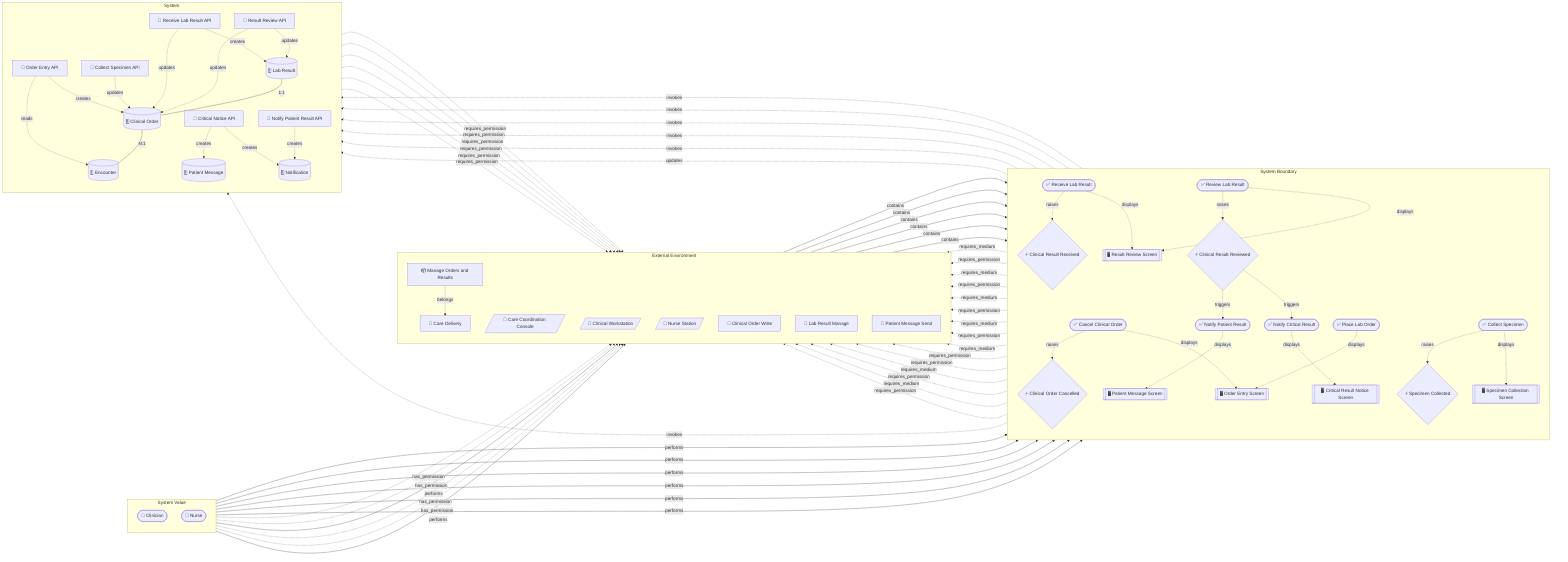
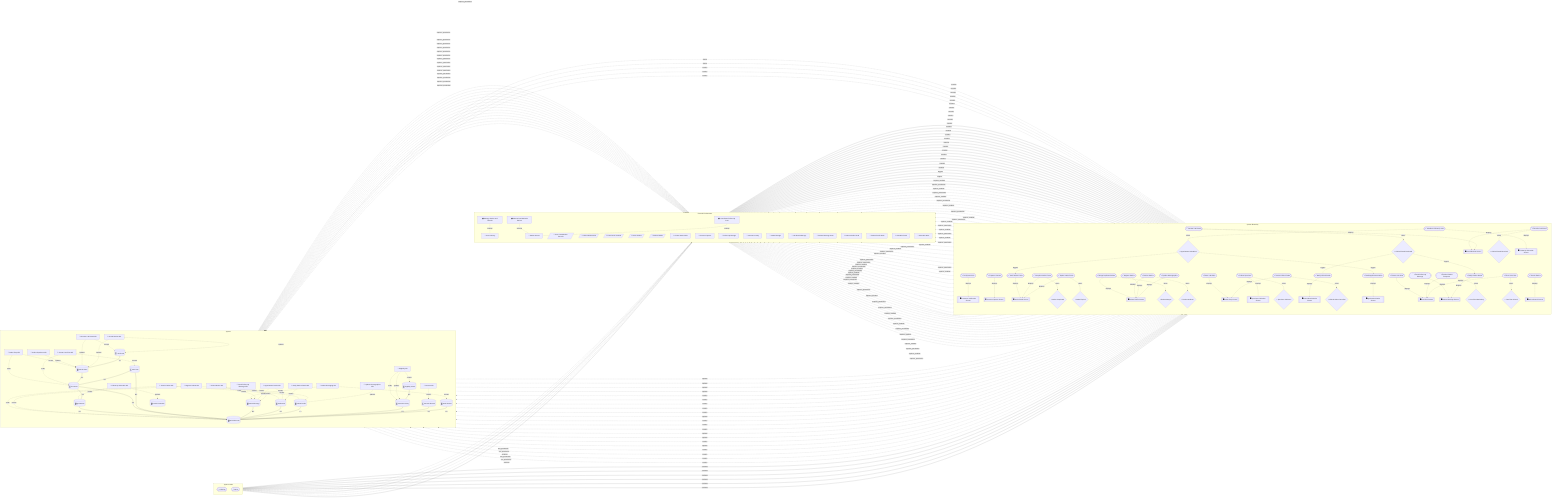
flowchart LR
  subgraph layer_value[System Value]
    direction TB
    Clinician(["👤 Clinician"])
    Nurse(["👤 Nurse"])
  end
  subgraph layer_environment[External Environment]
    direction TB
    CareDelivery["💼 Care Delivery"]
+     PatientAccess["💼 Patient Access"]
+     BucFollowupCare["📦 Coordinate Follow-Up Care"]
    BucOrdersResults["📦 Manage Orders and Results"]
+     BucPatientOnboarding["📦 Onboard and Maintain Patient"]
    CareCoordinationConsole[/"📱 Care Coordination Console"/]
    ClinicalWorkstation[/"📱 Clinical Workstation"/]
+     FrontDeskTerminal[/"📱 Front Desk Terminal"/]
    NurseStation[/"📱 Nurse Station"/]
+     PatientMobile[/"📱 Patient Mobile"/]
    ClinicalOrderWrite["🔑 Clinical Order Write"]
+     ConsentCapture["🔑 Consent Capture"]
+     FollowUpManage["🔑 Follow-Up Manage"]
+     InsuranceVerify["🔑 Insurance Verify"]
+     IntakeManage["🔑 Intake Manage"]
    LabResultManage["🔑 Lab Result Manage"]
    PatientMessageSend["🔑 Patient Message Send"]
+     PatientProfileRead["🔑 Patient Profile Read"]
+     PatientProfileWrite["🔑 Patient Profile Write"]
+     ScheduleRead["🔑 Schedule Read"]
+     ScheduleWrite["🔑 Schedule Write"]
  end
  subgraph layer_boundary[System Boundary]
    direction TB
+     ArchivePatient(["✅ Archive Patient"])
    CancelClinicalOrder(["✅ Cancel Clinical Order"])
+     CaptureConsent(["✅ Capture Consent"])
+     CloseCarePlan(["✅ Close Care Plan"])
    CollectSpecimen(["✅ Collect Specimen"])
+     CompleteIntakeForms(["✅ Complete Intake Forms"])
+     CreateCarePlan(["✅ Create Care Plan"])
+     ExpireIntakeForms(["✅ Expire Intake Forms"])
+     MergeDuplicatePatient(["✅ Merge Duplicate Patient"])
    NotifyCriticalResult(["✅ Notify Critical Result"])
    NotifyPatientResult(["✅ Notify Patient Result"])
    PlaceLabOrder(["✅ Place Lab Order"])
    ReceiveLabResult(["✅ Receive Lab Result"])
+     RegisterPatient(["✅ Register Patient"])
    ReviewLabResult(["✅ Review Lab Result"])
+     ReviewPatientResponse(["✅ Review Patient Response"])
+     ScheduleFollowUpVisit(["✅ Schedule Follow-Up Visit"])
+     SearchPatient(["✅ Search Patient"])
+     SendAppointmentNotice(["✅ Send Appointment Notice"])
+     SendFollowUpMessage(["✅ Send Follow-Up Message"])
+     SendIntakeForms(["✅ Send Intake Forms"])
+     UpdateDemographics(["✅ Update Demographics"])
+     VerifyInsurance(["✅ Verify Insurance"])
+     AppointmentNoticeScreen[["🖥️ Appointment Notice Screen"]]
+     CarePlanScreen[["🖥️ Care Plan Screen"]]
+     ConsentScreen[["🖥️ Consent Capture Screen"]]
    CriticalNoticeScreen[["🖥️ Critical Result Notice Screen"]]
+     FollowUpScheduleScreen[["🖥️ Follow-Up Schedule Screen"]]
+     InsuranceScreen[["🖥️ Insurance Verification Screen"]]
+     IntakePortalScreen[["🖥️ Intake Portal Screen"]]
    OrderEntryScreen[["🖥️ Order Entry Screen"]]
    PatientMessageScreen[["🖥️ Patient Message Screen"]]
+     PatientProfileScreen[["🖥️ Patient Profile Screen"]]
+     PatientSearchScreen[["🖥️ Patient Search Screen"]]
    ResultReviewScreen[["🖥️ Result Review Screen"]]
    SpecimenScreen[["🖥️ Specimen Collection Screen"]]
+     EvAppointmentScheduled{"⚡ Appointment Scheduled"}
+     EvCarePlanClosed{"⚡ Care Plan Closed"}
+     EvCarePlanMonitoring{"⚡ Care Plan Monitoring"}
    EvClinicalOrderCancelled{"⚡ Clinical Order Cancelled"}
    EvClinicalOrderCollected{"⚡ Specimen Collected"}
    EvClinicalOrderResulted{"⚡ Clinical Result Received"}
    EvClinicalOrderReviewed{"⚡ Clinical Result Reviewed"}
+     EvIntakeCompleted{"⚡ Intake Completed"}
+     EvIntakeExpired{"⚡ Intake Expired"}
+     EvPatientArchived{"⚡ Patient Archived"}
+     EvPatientMerged{"⚡ Patient Merged"}
  end
  subgraph layer_system[System]
    direction TB
+     AppointmentNoticeApi["🔌 Appointment Notice API"]
    CollectSpecimenApi["🔌 Collect Specimen API"]
+     ConsentApi["🔌 Consent API"]
+     CreateCarePlanApi["🔌 Create Care Plan API"]
    CriticalNoticeApi["🔌 Critical Notice API"]
+     EligibilityApi["🔌 Eligibility API"]
+     FollowUpScheduleApi["🔌 Follow-Up Schedule API"]
+     IntakeMessagingApi["🔌 Intake Messaging API"]
    NotifyPatientResultApi["🔌 Notify Patient Result API"]
    OrderEntryApi["🔌 Order Entry API"]
    ReceiveLabResultApi["🔌 Receive Lab Result API"]
+     RegisterPatientApi["🔌 Register Patient API"]
    ResultReviewApi["🔌 Result Review API"]
+     SearchPatientApi["🔌 Search Patient API"]
+     SendFollowUpMessageApi["🔌 Send Follow-Up Message API"]
+     UpdateDemographicsApi["🔌 Update Demographics API"]
+     Appointment[("🗄️ Appointment")]
+     CarePlan[("🗄️ Care Plan")]
    ClinicalOrder[("🗄️ Clinical Order")]
+     ConsentRecord[("🗄️ Consent Record")]
+     EligibilityCheck[("🗄️ Eligibility Check")]
    Encounter[("🗄️ Encounter")]
+     InsurancePolicy[("🗄️ Insurance Policy")]
+     IntakePacket[("🗄️ Intake Packet")]
    LabResult[("🗄️ Lab Result")]
    Notification[("🗄️ Notification")]
+     PatientAccount[("🗄️ Patient Account")]
    PatientMessage[("🗄️ Patient Message")]
+     PatientProfile[("🗄️ Patient Profile")]
+     ProviderSchedule[("🗄️ Provider Schedule")]
  end
  Nurse -.->|has_permission| ClinicalOrderWrite
  Nurse -.->|has_permission| LabResultManage
  Nurse -->|performs| BucOrdersResults
  Nurse -->|performs| CollectSpecimen
  Nurse -->|performs| ReceiveLabResult
  Clinician -.->|has_permission| ClinicalOrderWrite
  Clinician -.->|has_permission| LabResultManage
  Clinician -->|performs| BucOrdersResults
  Clinician -->|performs| PlaceLabOrder
  Clinician -->|performs| ReviewLabResult
  Clinician -->|performs| NotifyCriticalResult
  Clinician -->|performs| CancelClinicalOrder
+   ConsentApi -.->|creates| ConsentRecord
+   ConsentApi -.->|requires_permission| ConsentCapture
+   IntakeMessagingApi -.->|creates| PatientMessage
+   IntakeMessagingApi -.->|creates| IntakePacket
+   IntakeMessagingApi -.->|requires_permission| PatientMessageSend
  OrderEntryApi -.->|creates| ClinicalOrder
  OrderEntryApi -.->|reads| Encounter
  OrderEntryApi -.->|requires_permission| ClinicalOrderWrite
  CollectSpecimenApi -.->|requires_permission| ClinicalOrderWrite
  CollectSpecimenApi -.->|updates| ClinicalOrder
  ReceiveLabResultApi -.->|creates| LabResult
  ReceiveLabResultApi -.->|requires_permission| LabResultManage
  ReceiveLabResultApi -.->|updates| ClinicalOrder
  ResultReviewApi -.->|requires_permission| LabResultManage
  ResultReviewApi -.->|updates| ClinicalOrder
  ResultReviewApi -.->|updates| LabResult
  CriticalNoticeApi -.->|creates| PatientMessage
  CriticalNoticeApi -.->|creates| Notification
  CriticalNoticeApi -.->|requires_permission| PatientMessageSend
+   AppointmentNoticeApi -.->|creates| PatientMessage
+   AppointmentNoticeApi -.->|creates| Notification
+   CreateCarePlanApi -.->|creates| CarePlan
+   CreateCarePlanApi -.->|reads| Encounter
+   CreateCarePlanApi -.->|requires_permission| FollowUpManage
+   SendFollowUpMessageApi -.->|creates| PatientMessage
+   SendFollowUpMessageApi -.->|requires_permission| PatientMessageSend
+   FollowUpScheduleApi -.->|creates| Appointment
+   FollowUpScheduleApi -.->|requires_permission| ScheduleWrite
+   FollowUpScheduleApi -.->|updates| ProviderSchedule
  NotifyPatientResultApi -.->|creates| Notification
  NotifyPatientResultApi -.->|requires_permission| PatientMessageSend
+   SearchPatientApi -.->|reads| PatientAccount
+   SearchPatientApi -.->|reads| PatientProfile
+   SearchPatientApi -.->|requires_permission| PatientProfileRead
+   RegisterPatientApi -.->|creates| PatientAccount
+   RegisterPatientApi -.->|creates| PatientProfile
+   RegisterPatientApi -.->|requires_permission| PatientProfileWrite
+   UpdateDemographicsApi -.->|requires_permission| PatientProfileWrite
+   UpdateDemographicsApi -.->|updates| PatientProfile
+   EligibilityApi -.->|creates| EligibilityCheck
+   EligibilityApi -.->|reads| InsurancePolicy
+   EligibilityApi -.->|requires_permission| InsuranceVerify
+   EligibilityApi -.->|updates| InsurancePolicy
+   BucPatientOnboarding -.->|belongs| PatientAccess
+   BucPatientOnboarding -->|contains| VerifyInsurance
+   BucPatientOnboarding -->|contains| CaptureConsent
+   BucPatientOnboarding -->|contains| SendIntakeForms
+   BucPatientOnboarding -->|contains| CompleteIntakeForms
+   BucPatientOnboarding -->|contains| ExpireIntakeForms
+   BucPatientOnboarding -->|contains| MergeDuplicatePatient
+   BucPatientOnboarding -->|contains| ArchivePatient
+   BucPatientOnboarding -->|contains| SearchPatient
+   BucPatientOnboarding -->|contains| RegisterPatient
+   BucPatientOnboarding -->|contains| UpdateDemographics
  BucOrdersResults -.->|belongs| CareDelivery
  BucOrdersResults -->|contains| PlaceLabOrder
  BucOrdersResults -->|contains| CollectSpecimen
  BucOrdersResults -->|contains| ReceiveLabResult
  BucOrdersResults -->|contains| ReviewLabResult
  BucOrdersResults -->|contains| NotifyCriticalResult
  BucOrdersResults -->|contains| CancelClinicalOrder
+   BucFollowupCare -.->|belongs| PatientAccess
+   BucFollowupCare -->|contains| CreateCarePlan
+   BucFollowupCare -->|contains| SendFollowUpMessage
+   BucFollowupCare -->|contains| ReviewPatientResponse
+   BucFollowupCare -->|contains| ScheduleFollowUpVisit
+   BucFollowupCare -->|contains| CloseCarePlan
+   BucFollowupCare -->|contains| NotifyPatientResult
+   Appointment ---|N:1| PatientAccount
+   Encounter ---|N:1| PatientAccount
+   Encounter ---|1:1| Appointment
  ClinicalOrder ---|N:1| Encounter
  LabResult ---|1:1| ClinicalOrder
+   CarePlan ---|N:1| Encounter
+   CarePlan ---|N:1| PatientAccount
+   PatientMessage ---|N:1| PatientAccount
+   Notification ---|N:1| PatientAccount
+   PatientProfile ---|1:1| PatientAccount
+   InsurancePolicy ---|N:1| PatientAccount
+   EligibilityCheck ---|N:1| InsurancePolicy
+   ConsentRecord ---|N:1| PatientAccount
+   IntakePacket ---|N:1| PatientAccount
+   EvClinicalOrderReviewed -.->|triggers| BucFollowupCare
  EvClinicalOrderReviewed -.->|triggers| NotifyCriticalResult
  EvClinicalOrderReviewed -.->|triggers| NotifyPatientResult
+   EvAppointmentScheduled -.->|triggers| BucPatientOnboarding
+   EvAppointmentScheduled -.->|triggers| SendIntakeForms
+   EvAppointmentScheduled -.->|triggers| SendAppointmentNotice
+   PatientSearchScreen -.->|shows| PatientAccount
+   PatientProfileScreen -.->|shows| PatientProfile
+   VerifyInsurance -.->|displays| InsuranceScreen
+   VerifyInsurance -.->|invokes| EligibilityApi
+   VerifyInsurance -.->|requires_medium| FrontDeskTerminal
+   VerifyInsurance -.->|requires_permission| InsuranceVerify
+   CaptureConsent -.->|displays| ConsentScreen
+   CaptureConsent -.->|invokes| ConsentApi
+   CaptureConsent -.->|requires_medium| PatientMobile
+   CaptureConsent -.->|requires_permission| ConsentCapture
+   SendIntakeForms -.->|displays| IntakePortalScreen
+   SendIntakeForms -.->|invokes| IntakeMessagingApi
+   SendIntakeForms -.->|requires_medium| FrontDeskTerminal
+   SendIntakeForms -.->|requires_permission| IntakeManage
+   CompleteIntakeForms -.->|displays| IntakePortalScreen
+   CompleteIntakeForms -.->|raises| EvIntakeCompleted
+   CompleteIntakeForms -.->|requires_medium| PatientMobile
+   CompleteIntakeForms -.->|requires_permission| ConsentCapture
+   CompleteIntakeForms -.->|updates| IntakePacket
+   ExpireIntakeForms -.->|displays| IntakePortalScreen
+   ExpireIntakeForms -.->|raises| EvIntakeExpired
+   ExpireIntakeForms -.->|requires_medium| FrontDeskTerminal
+   ExpireIntakeForms -.->|requires_permission| IntakeManage
+   ExpireIntakeForms -.->|updates| IntakePacket
+   MergeDuplicatePatient -.->|displays| PatientProfileScreen
+   MergeDuplicatePatient -.->|raises| EvPatientMerged
+   MergeDuplicatePatient -.->|requires_medium| FrontDeskTerminal
+   MergeDuplicatePatient -.->|requires_permission| PatientProfileWrite
+   MergeDuplicatePatient -.->|updates| PatientAccount
+   ArchivePatient -.->|displays| PatientProfileScreen
+   ArchivePatient -.->|raises| EvPatientArchived
+   ArchivePatient -.->|requires_medium| FrontDeskTerminal
+   ArchivePatient -.->|requires_permission| PatientProfileWrite
+   ArchivePatient -.->|updates| PatientAccount
  PlaceLabOrder -.->|displays| OrderEntryScreen
  PlaceLabOrder -.->|invokes| OrderEntryApi
  PlaceLabOrder -.->|requires_medium| ClinicalWorkstation
  PlaceLabOrder -.->|requires_permission| ClinicalOrderWrite
  CollectSpecimen -.->|displays| SpecimenScreen
  CollectSpecimen -.->|invokes| CollectSpecimenApi
  CollectSpecimen -.->|raises| EvClinicalOrderCollected
  CollectSpecimen -.->|requires_medium| NurseStation
  CollectSpecimen -.->|requires_permission| ClinicalOrderWrite
  ReceiveLabResult -.->|displays| ResultReviewScreen
  ReceiveLabResult -.->|invokes| ReceiveLabResultApi
  ReceiveLabResult -.->|raises| EvClinicalOrderResulted
  ReceiveLabResult -.->|requires_medium| NurseStation
  ReceiveLabResult -.->|requires_permission| LabResultManage
  ReviewLabResult -.->|displays| ResultReviewScreen
  ReviewLabResult -.->|invokes| ResultReviewApi
  ReviewLabResult -.->|raises| EvClinicalOrderReviewed
  ReviewLabResult -.->|requires_medium| ClinicalWorkstation
  ReviewLabResult -.->|requires_permission| LabResultManage
  NotifyCriticalResult -.->|displays| CriticalNoticeScreen
  NotifyCriticalResult -.->|invokes| CriticalNoticeApi
  NotifyCriticalResult -.->|requires_medium| ClinicalWorkstation
  NotifyCriticalResult -.->|requires_permission| LabResultManage
  NotifyCriticalResult -.->|requires_permission| PatientMessageSend
  CancelClinicalOrder -.->|displays| OrderEntryScreen
  CancelClinicalOrder -.->|raises| EvClinicalOrderCancelled
  CancelClinicalOrder -.->|requires_medium| ClinicalWorkstation
  CancelClinicalOrder -.->|requires_permission| ClinicalOrderWrite
  CancelClinicalOrder -.->|updates| ClinicalOrder
+   SendAppointmentNotice -.->|displays| AppointmentNoticeScreen
+   SendAppointmentNotice -.->|invokes| AppointmentNoticeApi
+   SendAppointmentNotice -.->|requires_medium| FrontDeskTerminal
+   SendAppointmentNotice -.->|requires_permission| ScheduleRead
+   CreateCarePlan -.->|displays| CarePlanScreen
+   CreateCarePlan -.->|invokes| CreateCarePlanApi
+   CreateCarePlan -.->|requires_medium| CareCoordinationConsole
+   CreateCarePlan -.->|requires_permission| FollowUpManage
+   SendFollowUpMessage -.->|displays| PatientMessageScreen
+   SendFollowUpMessage -.->|invokes| SendFollowUpMessageApi
+   SendFollowUpMessage -.->|requires_medium| CareCoordinationConsole
+   SendFollowUpMessage -.->|requires_permission| PatientMessageSend
+   ReviewPatientResponse -.->|displays| CarePlanScreen
+   ReviewPatientResponse -.->|raises| EvCarePlanMonitoring
+   ReviewPatientResponse -.->|requires_medium| CareCoordinationConsole
+   ReviewPatientResponse -.->|requires_permission| FollowUpManage
+   ReviewPatientResponse -.->|updates| CarePlan
+   ReviewPatientResponse -.->|updates| PatientMessage
+   ScheduleFollowUpVisit -.->|displays| FollowUpScheduleScreen
+   ScheduleFollowUpVisit -.->|invokes| FollowUpScheduleApi
+   ScheduleFollowUpVisit -.->|raises| EvAppointmentScheduled
+   ScheduleFollowUpVisit -.->|requires_medium| CareCoordinationConsole
+   ScheduleFollowUpVisit -.->|requires_permission| FollowUpManage
+   ScheduleFollowUpVisit -.->|requires_permission| ScheduleWrite
+   CloseCarePlan -.->|displays| CarePlanScreen
+   CloseCarePlan -.->|raises| EvCarePlanClosed
+   CloseCarePlan -.->|requires_medium| CareCoordinationConsole
+   CloseCarePlan -.->|requires_permission| FollowUpManage
+   CloseCarePlan -.->|updates| CarePlan
  NotifyPatientResult -.->|displays| PatientMessageScreen
  NotifyPatientResult -.->|invokes| NotifyPatientResultApi
  NotifyPatientResult -.->|requires_medium| CareCoordinationConsole
  NotifyPatientResult -.->|requires_permission| PatientMessageSend
+   SearchPatient -.->|displays| PatientSearchScreen
+   SearchPatient -.->|invokes| SearchPatientApi
+   SearchPatient -.->|requires_medium| FrontDeskTerminal
+   SearchPatient -.->|requires_permission| PatientProfileRead
+   RegisterPatient -.->|displays| PatientProfileScreen
+   RegisterPatient -.->|invokes| RegisterPatientApi
+   RegisterPatient -.->|requires_medium| FrontDeskTerminal
+   RegisterPatient -.->|requires_permission| PatientProfileWrite
+   UpdateDemographics -.->|displays| PatientProfileScreen
+   UpdateDemographics -.->|invokes| UpdateDemographicsApi
+   UpdateDemographics -.->|requires_medium| FrontDeskTerminal
+   UpdateDemographics -.->|requires_permission| PatientProfileWrite
